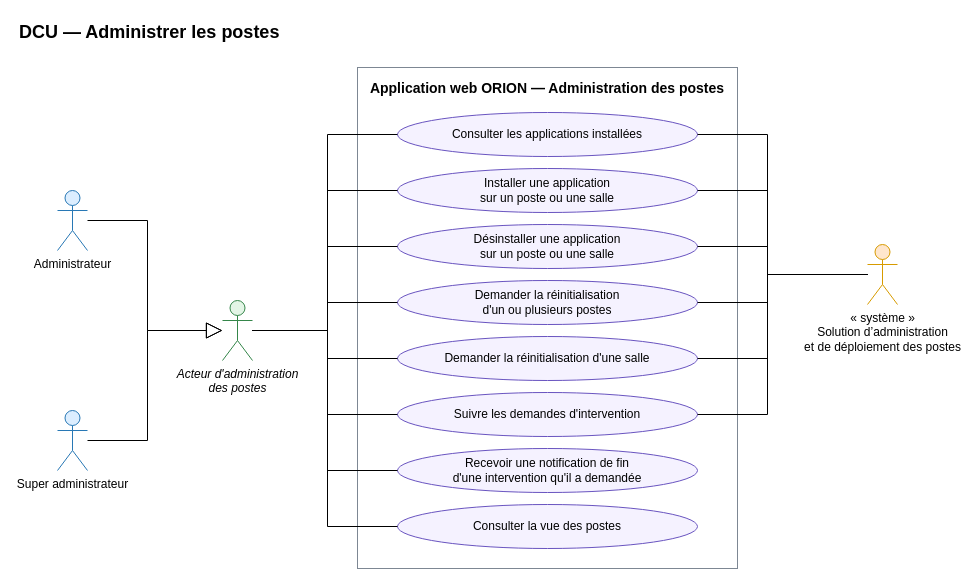
Earlier version of the draw.io diagram docs/02-ANALYSE/02-CAPTURE-DES-BESOINS/04-DCU-ADMINISTRATION-POSTES.drawio (bpierrelouis/aster). Source tidied: cells renumbered, new cells numbered last; positions are measured from the earlier drawing's top-left corner, leaving out a move shared by most shapes. Both pictures are drawn from the tidied source at 100%, with x=0, y=0 at pixel (17, 17).
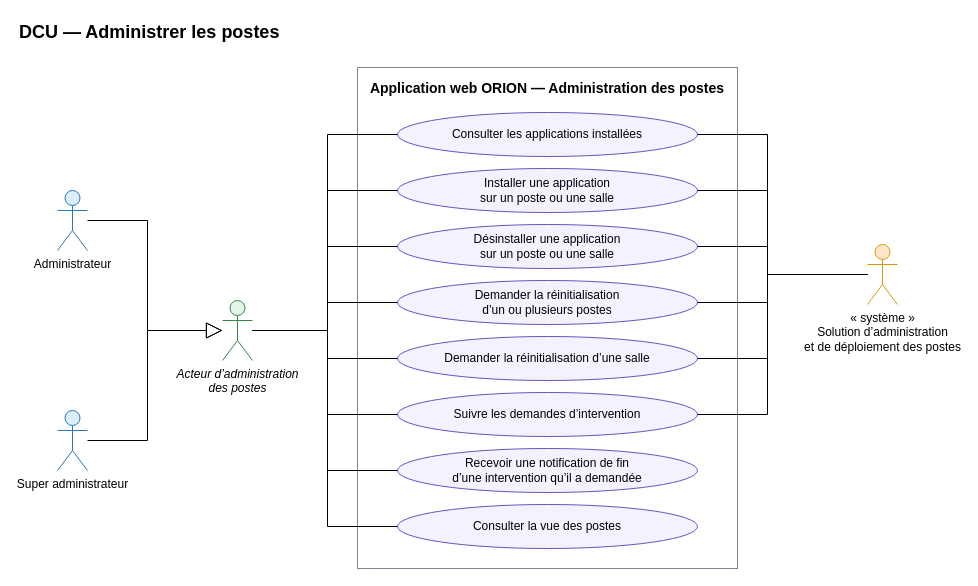
After the change.

Unchanged cells that the change refers to:
```xml
<mxCell id="3" value="Application web ORION — Administration des postes" style="rounded=0;whiteSpace=wrap;html=1;verticalAlign=top;fontStyle=1;fontSize=14;fillColor=none;strokeColor=#7D8793;spacingTop=6;" parent="1" vertex="1">
  <mxGeometry x="340" y="50" width="380" height="501" as="geometry" />
</mxCell>
```

Change to the diagram source:
```diff
@@
-    <mxCell id="7" value="Demander la réinitialisation&lt;br&gt;d'un ou plusieurs postes" style="ellipse;whiteSpace=wrap;html=1;fontSize=12;fillColor=#F5F2FF;strokeColor=#6954C0;" parent="3" vertex="1">
+    <mxCell id="7" value="Demander la réinitialisation&lt;br&gt;d’un ou plusieurs postes" style="ellipse;whiteSpace=wrap;html=1;fontSize=12;fillColor=#F5F2FF;strokeColor=#6954C0;" parent="3" vertex="1">
       <mxGeometry x="40" y="213" width="300" height="44" as="geometry" />
     </mxCell>
-    <mxCell id="8" value="Demander la réinitialisation d'une salle" style="ellipse;whiteSpace=wrap;html=1;fontSize=12;fillColor=#F5F2FF;strokeColor=#6954C0;" parent="3" vertex="1">
+    <mxCell id="8" value="Demander la réinitialisation d’une salle" style="ellipse;whiteSpace=wrap;html=1;fontSize=12;fillColor=#F5F2FF;strokeColor=#6954C0;" parent="3" vertex="1">
       <mxGeometry x="40" y="269" width="300" height="44" as="geometry" />
     </mxCell>
-    <mxCell id="9" value="Suivre les demandes d'intervention" style="ellipse;whiteSpace=wrap;html=1;fontSize=12;fillColor=#F5F2FF;strokeColor=#6954C0;" parent="3" vertex="1">
+    <mxCell id="9" value="Suivre les demandes d’intervention" style="ellipse;whiteSpace=wrap;html=1;fontSize=12;fillColor=#F5F2FF;strokeColor=#6954C0;" parent="3" vertex="1">
       <mxGeometry x="40" y="325" width="300" height="44" as="geometry" />
     </mxCell>
-    <mxCell id="10" value="Recevoir une notification de fin&lt;br&gt;d'une intervention qu'il a demandée" style="ellipse;whiteSpace=wrap;html=1;fontSize=12;fillColor=#F5F2FF;strokeColor=#6954C0;" parent="3" vertex="1">
+    <mxCell id="10" value="Recevoir une notification de fin&lt;br&gt;d’une intervention qu’il a demandée" style="ellipse;whiteSpace=wrap;html=1;fontSize=12;fillColor=#F5F2FF;strokeColor=#6954C0;" parent="3" vertex="1">
       <mxGeometry x="40" y="381" width="300" height="44" as="geometry" />
     </mxCell>
@@
-    <mxCell id="12" value="Acteur d'administration&lt;br&gt;des postes" style="shape=umlActor;verticalLabelPosition=bottom;verticalAlign=top;html=1;outlineConnect=0;fontSize=12;fillColor=#E3F5E6;strokeColor=#35864A;fontStyle=2;" parent="1" vertex="1">
+    <mxCell id="12" value="Acteur d’administration&lt;br&gt;des postes" style="shape=umlActor;verticalLabelPosition=bottom;verticalAlign=top;html=1;outlineConnect=0;fontSize=12;fillColor=#E3F5E6;strokeColor=#35864A;fontStyle=2;" parent="1" vertex="1">
       <mxGeometry x="205" y="283" width="30" height="60" as="geometry" />
     </mxCell>
```
